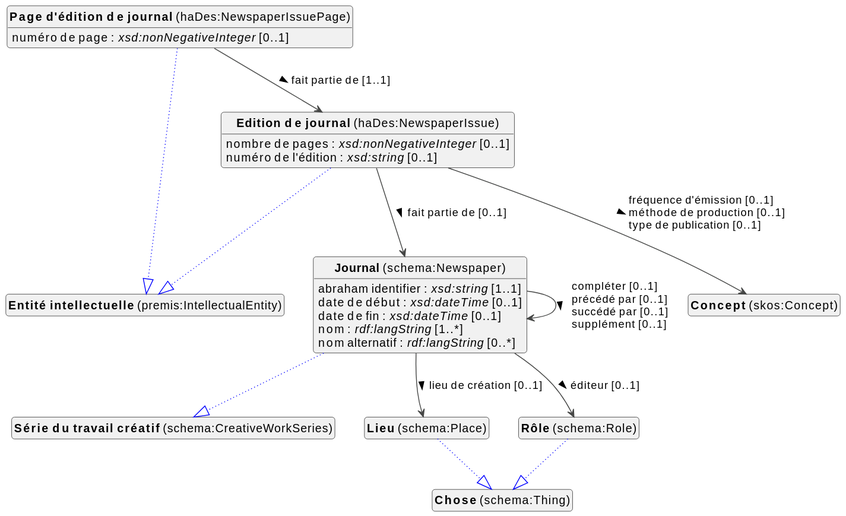
This is docs/metadata/knowledge-graph/1.0.0/bibliographic/fr/bibliographic-diagram.svg from viaacode/documentation, a PlantUML export, as it was before one commit.
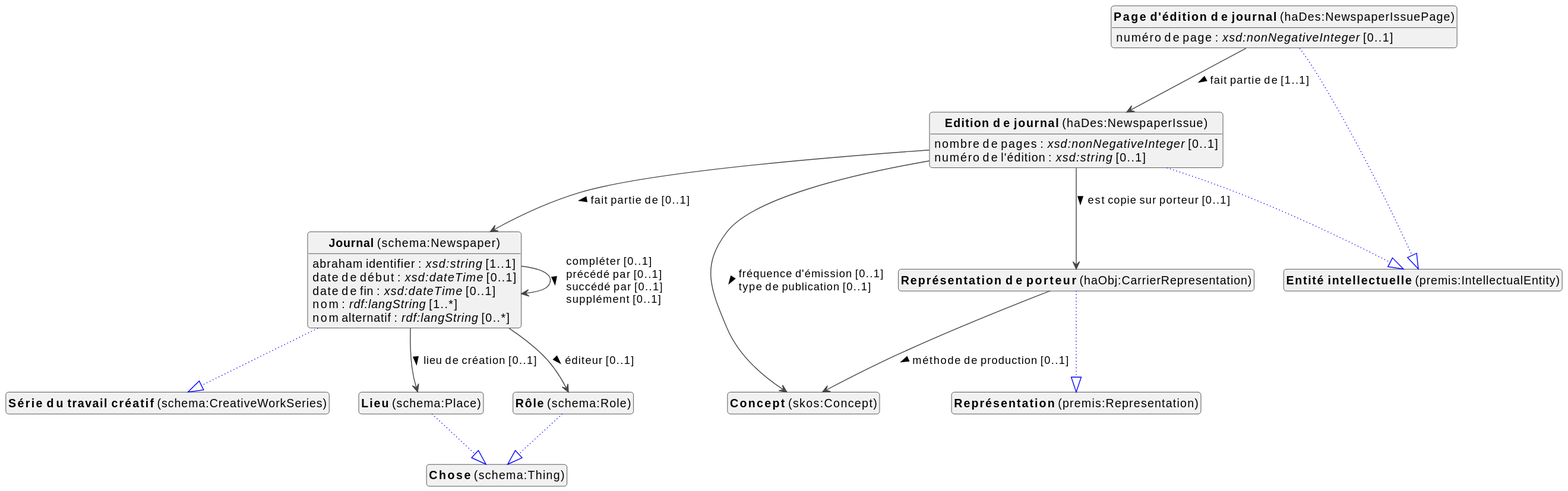
Above is the later version.

Change to the diagram source:
```diff
@@ -10,7 +10,7 @@
 top to bottom direction
 
 
-class "<b>Concept</b> (skos:Concept)" as skos_Concept [[../../terms/fr#skos%3AConcept]]
+class "<b>Concept</b> (skos:Concept)" as skos_Concept [[../../rights/fr#skos%3AConcept]]
 class "<b>Edition de journal</b> (haDes:NewspaperIssue)" as haDes_NewspaperIssue [[#haDes%3ANewspaperIssue]]
 class "<b>Entité intellectuelle</b> (premis:IntellectualEntity)" as premis_IntellectualEntity [[#premis%3AIntellectualEntity]]
 class "<b>Journal</b> (schema:Newspaper)" as schema_Newspaper [[#schema%3ANewspaper]]
@@ -19,6 +19,8 @@
 class "<b>Chose</b> (schema:Thing)" as schema_Thing [[#schema%3AThing]]
 class "<b>Page d'édition de journal</b> (haDes:NewspaperIssuePage)" as haDes_NewspaperIssuePage [[#haDes%3ANewspaperIssuePage]]
 class "<b>Entité intellectuelle</b> (premis:IntellectualEntity)" as premis_IntellectualEntity [[#premis%3AIntellectualEntity]]
+class "<b>Représentation de porteur</b> (haObj:CarrierRepresentation)" as haObj_CarrierRepresentation [[#haObj%3ACarrierRepresentation]]
+class "<b>Représentation</b> (premis:Representation)" as premis_Representation [[#premis%3ARepresentation]]
 class "<b>Rôle</b> (schema:Role)" as schema_Role [[../../description/fr#schema%3ARole]]
 class "<b>Chose</b> (schema:Thing)" as schema_Thing [[#schema%3AThing]]
 
@@ -28,8 +30,9 @@
 
 haDes_NewspaperIssue : nombre de pages : <i>xsd:nonNegativeInteger</i> [0..1]
 haDes_NewspaperIssue : numéro de l'édition : <i>xsd:string</i> [0..1]
+haDes_NewspaperIssue --> haObj_CarrierRepresentation :est copie sur porteur [0..1]  >
 haDes_NewspaperIssue --> schema_Newspaper :fait partie de [0..1]  >
-haDes_NewspaperIssue --> skos_Concept :fréquence d'émission [0..1]  \lméthode de production [0..1]  \ltype de publication [0..1]  >
+haDes_NewspaperIssue --> skos_Concept :fréquence d'émission [0..1]  \ltype de publication [0..1]  >
 
 
 
@@ -56,6 +59,10 @@
 haDes_NewspaperIssuePage --> haDes_NewspaperIssue :fait partie de [1..1]  >
 
 
+haObj_CarrierRepresentation --|> premis_Representation #blue;line.dotted;text:blue
+
+haObj_CarrierRepresentation --> skos_Concept :méthode de production [0..1]  >
+
 schema_Role --|> schema_Thing #blue;line.dotted;text:blue
 
 
```
